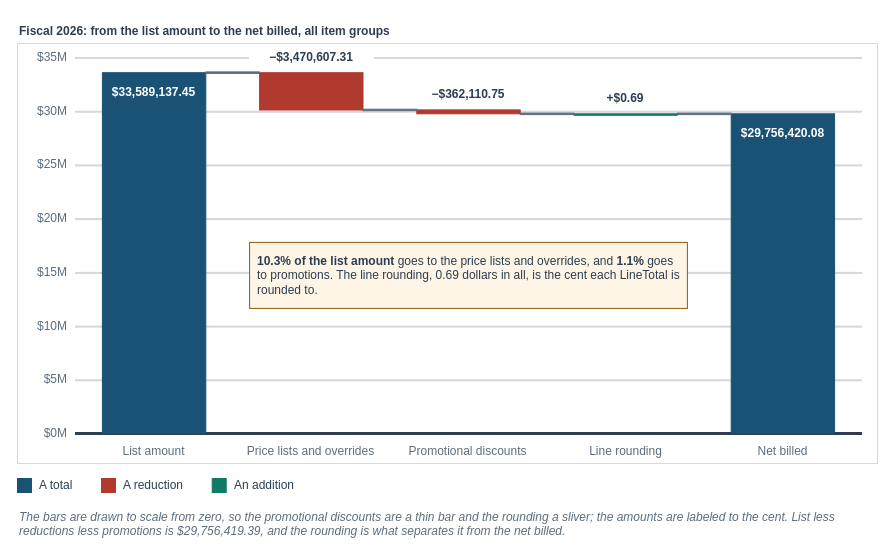
The draw.io diagram facts/instructor/figures/case-part-2/IF-C2-2-B.drawio in mmcodesso/Accounting_Analytics_Book, before the edit. Source tidied: cells renumbered, new cells numbered last; positions are measured from the earlier drawing's top-left corner, leaving out a move shared by most shapes. Both pictures are drawn from the tidied source at 100%, with x=0, y=0 at pixel (17, 17).
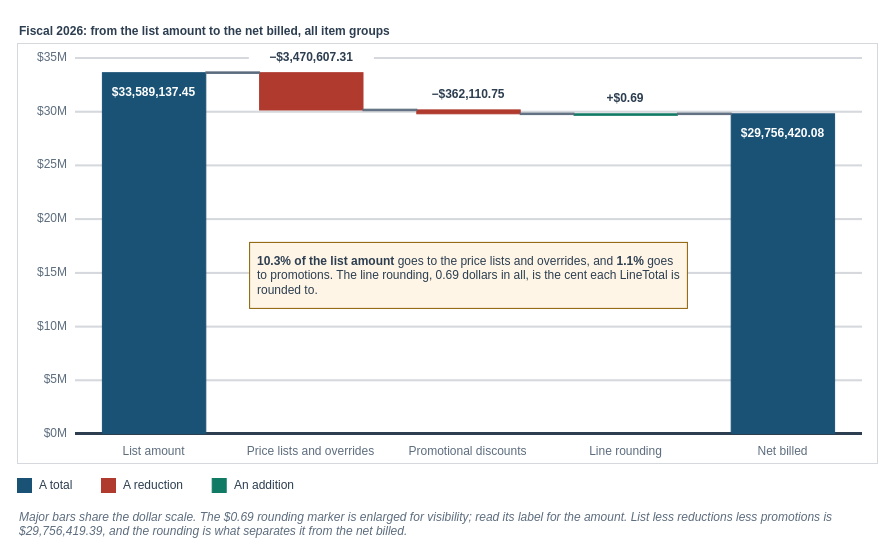
After the change.

The edit, as a diff of the source:
```diff
@@
-    <mxCell id="48" value="&lt;i&gt;The bars are drawn to scale from zero, so the promotional discounts are a thin bar and the rounding a sliver; the amounts are labeled to the cent. List less reductions less promotions is $29,756,419.39, and the rounding is what separates it from the net billed.&lt;/i&gt;" style="text;html=1;whiteSpace=wrap;align=left;verticalAlign=top;fontSize=12;fontColor=#5D6D7E;fontStyle=0;fontFamily=Helvetica;spacing=2;fillColor=none;strokeColor=none;" parent="1" vertex="1">
+    <mxCell id="48" value="&lt;i&gt;Major bars share the dollar scale. The $0.69 rounding marker is enlarged for visibility; read its label for the amount. List less reductions less promotions is $29,756,419.39, and the rounding is what separates it from the net billed.&lt;/i&gt;" style="text;html=1;whiteSpace=wrap;align=left;verticalAlign=top;fontSize=12;fontColor=#5D6D7E;fontStyle=0;fontFamily=Helvetica;spacing=2;fillColor=none;strokeColor=none;" parent="1" vertex="1">
       <mxGeometry y="486" width="860" height="38" as="geometry" />
     </mxCell>
```
